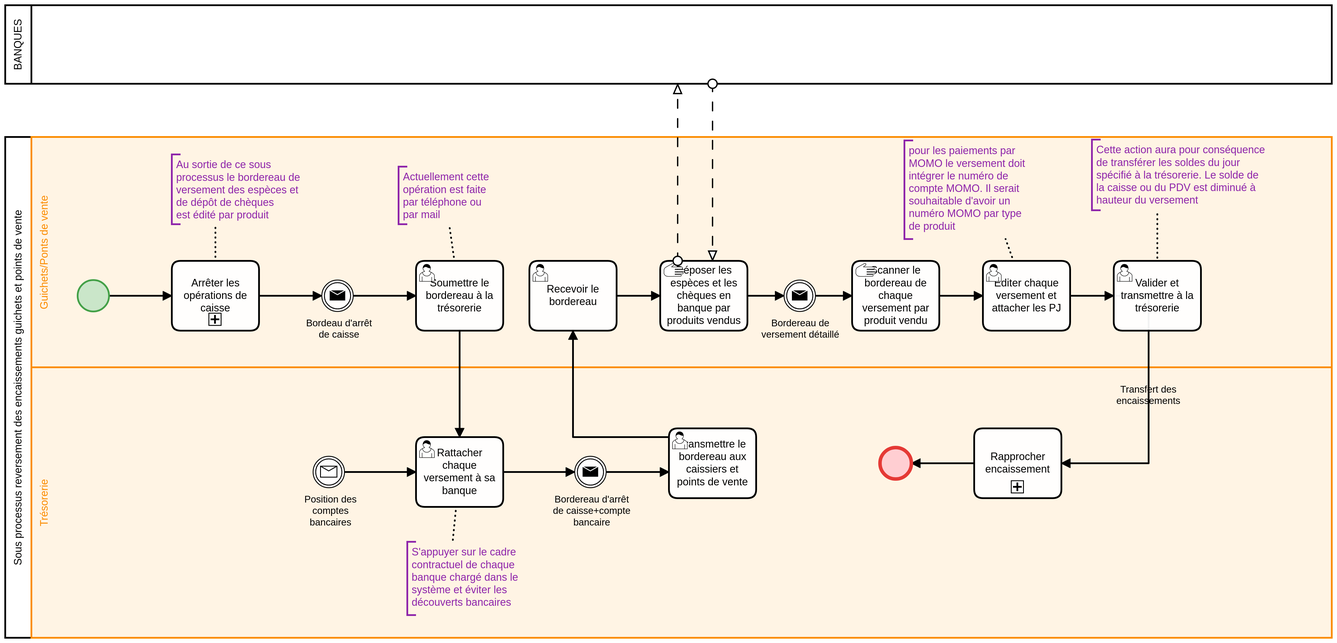
This is Tresorerie/sp_encaissement_vente(TV,JNP-PASS,recharge JNP-PASS).png from consolengnam/JNP-BPMN, a BPMN export, as it was before one commit. Its source is kept beside it as Tresorerie/sp_encaissement_vente(TV,JNP-PASS,recharge JNP-PASS).bpmn. Ids are renumbered.
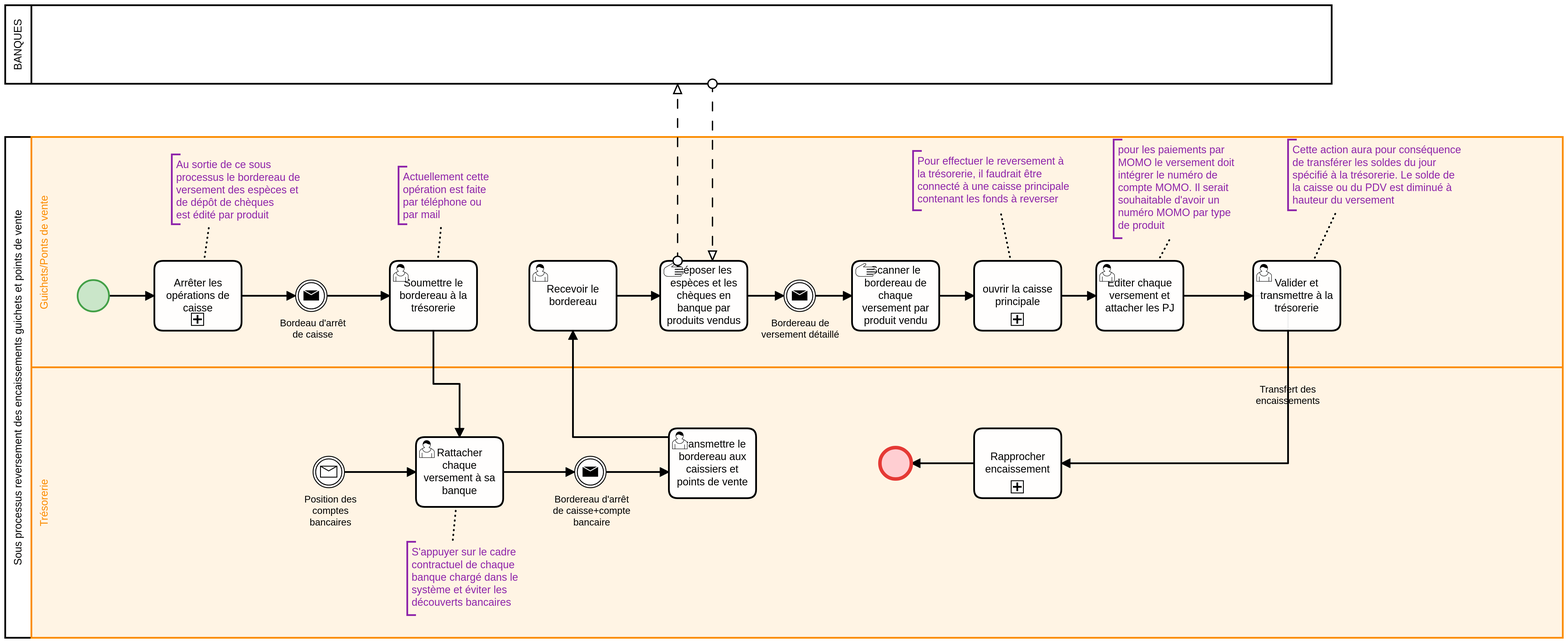
The same file after the commit.

Commit message:
Modification des sous processus de gestion de la caisse

What changed in the source:
```diff
@@ -11,4 +11,2 @@
         <bpmn:flowNodeRef>StartEvent_1</bpmn:flowNodeRef>
-        <bpmn:flowNodeRef>Event_n12</bpmn:flowNodeRef>
-        <bpmn:flowNodeRef>Activity_n13</bpmn:flowNodeRef>
         <bpmn:flowNodeRef>Activity_n14</bpmn:flowNodeRef>
@@ -17,5 +15,8 @@
         <bpmn:flowNodeRef>Activity_n16</bpmn:flowNodeRef>
+        <bpmn:flowNodeRef>Activity_n18</bpmn:flowNodeRef>
         <bpmn:flowNodeRef>Activity_n17</bpmn:flowNodeRef>
-        <bpmn:flowNodeRef>Activity_n18</bpmn:flowNodeRef>
+        <bpmn:flowNodeRef>Event_n12</bpmn:flowNodeRef>
+        <bpmn:flowNodeRef>Activity_n13</bpmn:flowNodeRef>
         <bpmn:flowNodeRef>Activity_n19</bpmn:flowNodeRef>
+        <bpmn:flowNodeRef>Activity_n61</bpmn:flowNodeRef>
       </bpmn:lane>
@@ -33,14 +34,2 @@
     </bpmn:startEvent>
-    <bpmn:intermediateThrowEvent id="Event_n12" name="Bordeau d&#39;arrêt de caisse">
-      <bpmn:extensionElements>
-        <zeebe:taskDefinition type="TD" />
-      </bpmn:extensionElements>
-      <bpmn:incoming>Flow_n28</bpmn:incoming>
-      <bpmn:outgoing>Flow_n29</bpmn:outgoing>
-      <bpmn:messageEventDefinition id="MessageEventDefinition_n30" />
-    </bpmn:intermediateThrowEvent>
-    <bpmn:userTask id="Activity_n13" name="Soumettre le bordereau à la trésorerie">
-      <bpmn:incoming>Flow_n29</bpmn:incoming>
-      <bpmn:outgoing>Flow_n31</bpmn:outgoing>
-    </bpmn:userTask>
     <bpmn:userTask id="Activity_n21" name="Rattacher chaque versement à sa banque">
@@ -84,9 +73,4 @@
       <bpmn:incoming>Flow_n41</bpmn:incoming>
-      <bpmn:outgoing>Flow_n43</bpmn:outgoing>
+      <bpmn:outgoing>Flow_n62</bpmn:outgoing>
     </bpmn:manualTask>
-    <bpmn:userTask id="Activity_n17" name="Editer chaque versement et attacher les PJ">
-      <bpmn:incoming>Flow_n43</bpmn:incoming>
-      <bpmn:outgoing>Flow_n44</bpmn:outgoing>
-      <bpmn:outgoing>Flow_n45</bpmn:outgoing>
-    </bpmn:userTask>
     <bpmn:endEvent id="Event_n25">
@@ -94,9 +78,2 @@
     </bpmn:endEvent>
-    <bpmn:userTask id="Activity_n18" name="Valider et transmettre à la trésorerie">
-      <bpmn:incoming>Flow_n44</bpmn:incoming>
-    </bpmn:userTask>
-    <bpmn:subProcess id="Activity_n19" name="Arrêter les opérations de caisse">
-      <bpmn:incoming>Flow_n27</bpmn:incoming>
-      <bpmn:outgoing>Flow_n28</bpmn:outgoing>
-    </bpmn:subProcess>
     <bpmn:subProcess id="Activity_n26" name="Rapprocher encaissement">
@@ -116,3 +93,2 @@
     <bpmn:sequenceFlow id="Flow_n41" sourceRef="Event_n15" targetRef="Activity_n16" />
-    <bpmn:sequenceFlow id="Flow_n43" sourceRef="Activity_n16" targetRef="Activity_n17" />
     <bpmn:sequenceFlow id="Flow_n45" name="Transfert des encaissements" sourceRef="Activity_n17" targetRef="Activity_n26" />
@@ -120,2 +96,32 @@
     <bpmn:sequenceFlow id="Flow_n44" sourceRef="Activity_n17" targetRef="Activity_n18" />
+    <bpmn:userTask id="Activity_n18" name="Valider et transmettre à la trésorerie">
+      <bpmn:incoming>Flow_n44</bpmn:incoming>
+    </bpmn:userTask>
+    <bpmn:userTask id="Activity_n17" name="Editer chaque versement et attacher les PJ">
+      <bpmn:incoming>Flow_n63</bpmn:incoming>
+      <bpmn:outgoing>Flow_n44</bpmn:outgoing>
+      <bpmn:outgoing>Flow_n45</bpmn:outgoing>
+    </bpmn:userTask>
+    <bpmn:subProcess id="Activity_n19" name="Arrêter les opérations de caisse">
+      <bpmn:incoming>Flow_n27</bpmn:incoming>
+      <bpmn:outgoing>Flow_n28</bpmn:outgoing>
+    </bpmn:subProcess>
+    <bpmn:intermediateThrowEvent id="Event_n12" name="Bordeau d&#39;arrêt de caisse">
+      <bpmn:extensionElements>
+        <zeebe:taskDefinition type="TD" />
+      </bpmn:extensionElements>
+      <bpmn:incoming>Flow_n28</bpmn:incoming>
+      <bpmn:outgoing>Flow_n29</bpmn:outgoing>
+      <bpmn:messageEventDefinition id="MessageEventDefinition_n30" />
+    </bpmn:intermediateThrowEvent>
+    <bpmn:userTask id="Activity_n13" name="Soumettre le bordereau à la trésorerie">
+      <bpmn:incoming>Flow_n29</bpmn:incoming>
+      <bpmn:outgoing>Flow_n31</bpmn:outgoing>
+    </bpmn:userTask>
+    <bpmn:sequenceFlow id="Flow_n62" sourceRef="Activity_n16" targetRef="Activity_n61" />
+    <bpmn:sequenceFlow id="Flow_n63" sourceRef="Activity_n61" targetRef="Activity_n17" />
+    <bpmn:subProcess id="Activity_n61" name="ouvrir la caisse principale">
+      <bpmn:incoming>Flow_n62</bpmn:incoming>
+      <bpmn:outgoing>Flow_n63</bpmn:outgoing>
+    </bpmn:subProcess>
     <bpmn:textAnnotation id="TextAnnotation_n47">
@@ -129,2 +135,3 @@
     </bpmn:textAnnotation>
+    <bpmn:association id="Association_n54" sourceRef="Activity_n21" targetRef="TextAnnotation_n49" />
     <bpmn:textAnnotation id="TextAnnotation_n50">
@@ -132,2 +139,3 @@
     </bpmn:textAnnotation>
+    <bpmn:association id="Association_n55" sourceRef="TextAnnotation_n50" targetRef="Activity_n18" />
     <bpmn:textAnnotation id="TextAnnotation_n51">
@@ -135,7 +143,9 @@
     </bpmn:textAnnotation>
+    <bpmn:association id="Association_n56" sourceRef="Activity_n17" targetRef="TextAnnotation_n51" />
     <bpmn:association id="Association_n52" sourceRef="Activity_n19" targetRef="TextAnnotation_n47" />
     <bpmn:association id="Association_n53" sourceRef="Activity_n13" targetRef="TextAnnotation_n48" />
-    <bpmn:association id="Association_n54" sourceRef="Activity_n21" targetRef="TextAnnotation_n49" />
-    <bpmn:association id="Association_n55" sourceRef="TextAnnotation_n50" targetRef="Activity_n18" />
-    <bpmn:association id="Association_n56" sourceRef="Activity_n17" targetRef="TextAnnotation_n51" />
+    <bpmn:textAnnotation id="TextAnnotation_n64">
+      <bpmn:text>Pour effectuer le reversement à la trésorerie, il faudrait être connecté à une caisse principale contenant les fonds à reverser</bpmn:text>
+    </bpmn:textAnnotation>
+    <bpmn:association id="Association_n65" sourceRef="Activity_n61" targetRef="TextAnnotation_n64" />
   </bpmn:process>
@@ -150,3 +160,7 @@
       <bpmndi:BPMNShape id="Participant_n3_di" bpmnElement="Participant_n3" isHorizontal="true">
-        <dc:Bounds x="199" y="231" width="1521" height="574" />
+        <dc:Bounds x="199" y="231" width="1786" height="574" />
+        <bpmndi:BPMNLabel />
+      </bpmndi:BPMNShape>
+      <bpmndi:BPMNShape id="Lane_n20_di" bpmnElement="Lane_n20" isHorizontal="true" bioc:stroke="#fb8c00" bioc:fill="#ffe0b2" color:background-color="#ffe0b2" color:border-color="#fb8c00">
+        <dc:Bounds x="229" y="495" width="1756" height="310" />
         <bpmndi:BPMNLabel />
@@ -154,19 +168,3 @@
       <bpmndi:BPMNShape id="Lane_n11_di" bpmnElement="Lane_n11" isHorizontal="true" bioc:stroke="#fb8c00" bioc:fill="#ffe0b2" color:background-color="#ffe0b2" color:border-color="#fb8c00">
-        <dc:Bounds x="229" y="231" width="1491" height="264" />
-        <bpmndi:BPMNLabel />
-      </bpmndi:BPMNShape>
-      <bpmndi:BPMNShape id="Lane_n20_di" bpmnElement="Lane_n20" isHorizontal="true" bioc:stroke="#fb8c00" bioc:fill="#ffe0b2" color:background-color="#ffe0b2" color:border-color="#fb8c00">
-        <dc:Bounds x="229" y="495" width="1491" height="310" />
-        <bpmndi:BPMNLabel />
-      </bpmndi:BPMNShape>
-      <bpmndi:BPMNShape id="TextAnnotation_n47_di" bpmnElement="TextAnnotation_n47" bioc:stroke="#8e24aa" bioc:fill="#e1bee7" color:background-color="#e1bee7" color:border-color="#8e24aa">
-        <dc:Bounds x="390" y="251" width="162" height="80" />
-        <bpmndi:BPMNLabel />
-      </bpmndi:BPMNShape>
-      <bpmndi:BPMNShape id="TextAnnotation_n48_di" bpmnElement="TextAnnotation_n48" bioc:stroke="#8e24aa" bioc:fill="#e1bee7" color:background-color="#e1bee7" color:border-color="#8e24aa">
-        <dc:Bounds x="650" y="265" width="110" height="66" />
-        <bpmndi:BPMNLabel />
-      </bpmndi:BPMNShape>
-      <bpmndi:BPMNShape id="TextAnnotation_n49_di" bpmnElement="TextAnnotation_n49" bioc:stroke="#8e24aa" bioc:fill="#e1bee7" color:background-color="#e1bee7" color:border-color="#8e24aa">
-        <dc:Bounds x="660" y="695" width="140" height="84" />
+        <dc:Bounds x="229" y="231" width="1756" height="264" />
         <bpmndi:BPMNLabel />
@@ -174,3 +172,3 @@
       <bpmndi:BPMNShape id="TextAnnotation_n50_di" bpmnElement="TextAnnotation_n50" bioc:stroke="#8e24aa" bioc:fill="#e1bee7" color:background-color="#e1bee7" color:border-color="#8e24aa">
-        <dc:Bounds x="1445" y="234" width="215" height="81" />
+        <dc:Bounds x="1670" y="234" width="215" height="81" />
         <bpmndi:BPMNLabel />
@@ -178,32 +176,37 @@
       <bpmndi:BPMNShape id="TextAnnotation_n51_di" bpmnElement="TextAnnotation_n51" bioc:stroke="#8e24aa" bioc:fill="#e1bee7" color:background-color="#e1bee7" color:border-color="#8e24aa">
-        <dc:Bounds x="1230" y="235" width="150" height="113" />
+        <dc:Bounds x="1470" y="234" width="150" height="113" />
         <bpmndi:BPMNLabel />
       </bpmndi:BPMNShape>
-      <bpmndi:BPMNEdge id="Flow_n27_di" bpmnElement="Flow_n27">
-        <di:waypoint x="318" y="413" />
-        <di:waypoint x="390" y="413" />
+      <bpmndi:BPMNShape id="TextAnnotation_n64_di" bpmnElement="TextAnnotation_n64" bioc:stroke="#8e24aa" bioc:fill="#e1bee7" color:background-color="#e1bee7" color:border-color="#8e24aa">
+        <dc:Bounds x="1240" y="247" width="190" height="68" />
+        <bpmndi:BPMNLabel />
+      </bpmndi:BPMNShape>
+      <bpmndi:BPMNEdge id="Flow_n44_di" bpmnElement="Flow_n44">
+        <di:waypoint x="1550" y="413" />
+        <di:waypoint x="1630" y="413" />
       </bpmndi:BPMNEdge>
-      <bpmndi:BPMNEdge id="Flow_n28_di" bpmnElement="Flow_n28">
-        <di:waypoint x="490" y="413" />
-        <di:waypoint x="562" y="413" />
+      <bpmndi:BPMNEdge id="Flow_n46_di" bpmnElement="Flow_n46">
+        <di:waypoint x="1310" y="605" />
+        <di:waypoint x="1238" y="605" />
       </bpmndi:BPMNEdge>
-      <bpmndi:BPMNEdge id="Flow_n29_di" bpmnElement="Flow_n29">
-        <di:waypoint x="598" y="413" />
-        <di:waypoint x="670" y="413" />
+      <bpmndi:BPMNEdge id="Flow_n45_di" bpmnElement="Flow_n45">
+        <di:waypoint x="1550" y="413" />
+        <di:waypoint x="1670" y="413" />
+        <di:waypoint x="1670" y="605" />
+        <di:waypoint x="1410" y="605" />
+        <bpmndi:BPMNLabel>
+          <dc:Bounds x="1633" y="514" width="74" height="27" />
+        </bpmndi:BPMNLabel>
       </bpmndi:BPMNEdge>
-      <bpmndi:BPMNEdge id="Flow_n31_di" bpmnElement="Flow_n31">
-        <di:waypoint x="720" y="453" />
-        <di:waypoint x="720" y="575" />
+      <bpmndi:BPMNEdge id="Flow_n41_di" bpmnElement="Flow_n41">
+        <di:waypoint x="1128" y="413" />
+        <di:waypoint x="1170" y="413" />
       </bpmndi:BPMNEdge>
-      <bpmndi:BPMNEdge id="Flow_n32_di" bpmnElement="Flow_n32">
-        <di:waypoint x="588" y="615" />
-        <di:waypoint x="670" y="615" />
+      <bpmndi:BPMNEdge id="Flow_n40_di" bpmnElement="Flow_n40">
+        <di:waypoint x="1050" y="413" />
+        <di:waypoint x="1092" y="413" />
       </bpmndi:BPMNEdge>
-      <bpmndi:BPMNEdge id="Flow_n33_di" bpmnElement="Flow_n33">
-        <di:waypoint x="770" y="615" />
-        <di:waypoint x="852" y="615" />
-      </bpmndi:BPMNEdge>
-      <bpmndi:BPMNEdge id="Flow_n36_di" bpmnElement="Flow_n36">
-        <di:waypoint x="888" y="615" />
-        <di:waypoint x="960" y="615" />
+      <bpmndi:BPMNEdge id="Flow_n39_di" bpmnElement="Flow_n39">
+        <di:waypoint x="900" y="413" />
+        <di:waypoint x="950" y="413" />
       </bpmndi:BPMNEdge>
@@ -214,34 +217,39 @@
       </bpmndi:BPMNEdge>
-      <bpmndi:BPMNEdge id="Flow_n39_di" bpmnElement="Flow_n39">
-        <di:waypoint x="900" y="413" />
-        <di:waypoint x="950" y="413" />
+      <bpmndi:BPMNEdge id="Flow_n36_di" bpmnElement="Flow_n36">
+        <di:waypoint x="888" y="615" />
+        <di:waypoint x="960" y="615" />
       </bpmndi:BPMNEdge>
-      <bpmndi:BPMNEdge id="Flow_n40_di" bpmnElement="Flow_n40">
-        <di:waypoint x="1050" y="413" />
-        <di:waypoint x="1092" y="413" />
+      <bpmndi:BPMNEdge id="Flow_n33_di" bpmnElement="Flow_n33">
+        <di:waypoint x="770" y="615" />
+        <di:waypoint x="852" y="615" />
       </bpmndi:BPMNEdge>
-      <bpmndi:BPMNEdge id="Flow_n41_di" bpmnElement="Flow_n41">
-        <di:waypoint x="1128" y="413" />
-        <di:waypoint x="1170" y="413" />
+      <bpmndi:BPMNEdge id="Flow_n32_di" bpmnElement="Flow_n32">
+        <di:waypoint x="588" y="615" />
+        <di:waypoint x="670" y="615" />
       </bpmndi:BPMNEdge>
-      <bpmndi:BPMNEdge id="Flow_n43_di" bpmnElement="Flow_n43">
+      <bpmndi:BPMNEdge id="Flow_n31_di" bpmnElement="Flow_n31">
+        <di:waypoint x="690" y="453" />
+        <di:waypoint x="690" y="514" />
+        <di:waypoint x="720" y="514" />
+        <di:waypoint x="720" y="575" />
+      </bpmndi:BPMNEdge>
+      <bpmndi:BPMNEdge id="Flow_n29_di" bpmnElement="Flow_n29">
+        <di:waypoint x="568" y="413" />
+        <di:waypoint x="640" y="413" />
+      </bpmndi:BPMNEdge>
+      <bpmndi:BPMNEdge id="Flow_n28_di" bpmnElement="Flow_n28">
+        <di:waypoint x="470" y="413" />
+        <di:waypoint x="532" y="413" />
+      </bpmndi:BPMNEdge>
+      <bpmndi:BPMNEdge id="Flow_n27_di" bpmnElement="Flow_n27">
+        <di:waypoint x="318" y="413" />
+        <di:waypoint x="370" y="413" />
+      </bpmndi:BPMNEdge>
+      <bpmndi:BPMNEdge id="Flow_n62_di" bpmnElement="Flow_n62">
         <di:waypoint x="1270" y="413" />
-        <di:waypoint x="1320" y="413" />
+        <di:waypoint x="1310" y="413" />
       </bpmndi:BPMNEdge>
-      <bpmndi:BPMNEdge id="Flow_n45_di" bpmnElement="Flow_n45">
-        <di:waypoint x="1420" y="413" />
-        <di:waypoint x="1510" y="413" />
-        <di:waypoint x="1510" y="605" />
-        <di:waypoint x="1410" y="605" />
-        <bpmndi:BPMNLabel>
-          <dc:Bounds x="1473" y="514" width="74" height="27" />
-        </bpmndi:BPMNLabel>
-      </bpmndi:BPMNEdge>
-      <bpmndi:BPMNEdge id="Flow_n46_di" bpmnElement="Flow_n46">
-        <di:waypoint x="1310" y="605" />
-        <di:waypoint x="1238" y="605" />
-      </bpmndi:BPMNEdge>
-      <bpmndi:BPMNEdge id="Flow_n44_di" bpmnElement="Flow_n44">
-        <di:waypoint x="1420" y="413" />
-        <di:waypoint x="1470" y="413" />
+      <bpmndi:BPMNEdge id="Flow_n63_di" bpmnElement="Flow_n63">
+        <di:waypoint x="1410" y="413" />
+        <di:waypoint x="1450" y="413" />
       </bpmndi:BPMNEdge>
@@ -249,12 +257,2 @@
         <dc:Bounds x="282" y="395" width="36" height="36" />
-      </bpmndi:BPMNShape>
-      <bpmndi:BPMNShape id="Event_1hy3ume_di" bpmnElement="Event_n12">
-        <dc:Bounds x="562" y="395" width="36" height="36" />
-        <bpmndi:BPMNLabel>
-          <dc:Bounds x="544" y="438" width="76" height="27" />
-        </bpmndi:BPMNLabel>
-      </bpmndi:BPMNShape>
-      <bpmndi:BPMNShape id="Activity_1b5a8xb_di" bpmnElement="Activity_n13">
-        <dc:Bounds x="670" y="373" width="100" height="80" />
-        <bpmndi:BPMNLabel />
       </bpmndi:BPMNShape>
@@ -297,6 +295,2 @@
       </bpmndi:BPMNShape>
-      <bpmndi:BPMNShape id="Activity_0ujfqdk_di" bpmnElement="Activity_n17">
-        <dc:Bounds x="1320" y="373" width="100" height="80" />
-        <bpmndi:BPMNLabel />
-      </bpmndi:BPMNShape>
       <bpmndi:BPMNShape id="Event_n25_di" bpmnElement="Event_n25" bioc:stroke="#e53935" bioc:fill="#ffcdd2" color:background-color="#ffcdd2" color:border-color="#e53935">
@@ -305,6 +299,16 @@
       <bpmndi:BPMNShape id="Activity_0iqfji5_di" bpmnElement="Activity_n18">
-        <dc:Bounds x="1470" y="373" width="100" height="80" />
+        <dc:Bounds x="1630" y="373" width="100" height="80" />
       </bpmndi:BPMNShape>
-      <bpmndi:BPMNShape id="Activity_1cc2x5j_di" bpmnElement="Activity_n19">
-        <dc:Bounds x="390" y="373" width="100" height="80" />
+      <bpmndi:BPMNShape id="Activity_0ujfqdk_di" bpmnElement="Activity_n17">
+        <dc:Bounds x="1450" y="373" width="100" height="80" />
+        <bpmndi:BPMNLabel />
+      </bpmndi:BPMNShape>
+      <bpmndi:BPMNShape id="Event_1hy3ume_di" bpmnElement="Event_n12">
+        <dc:Bounds x="532" y="395" width="36" height="36" />
+        <bpmndi:BPMNLabel>
+          <dc:Bounds x="514" y="438" width="76" height="27" />
+        </bpmndi:BPMNLabel>
+      </bpmndi:BPMNShape>
+      <bpmndi:BPMNShape id="Activity_1b5a8xb_di" bpmnElement="Activity_n13">
+        <dc:Bounds x="640" y="373" width="100" height="80" />
         <bpmndi:BPMNLabel />
@@ -315,10 +319,14 @@
       </bpmndi:BPMNShape>
-      <bpmndi:BPMNEdge id="Association_n52_di" bpmnElement="Association_n52">
-        <di:waypoint x="440" y="373" />
-        <di:waypoint x="440" y="331" />
-      </bpmndi:BPMNEdge>
-      <bpmndi:BPMNEdge id="Association_n53_di" bpmnElement="Association_n53">
-        <di:waypoint x="714" y="373" />
-        <di:waypoint x="708" y="331" />
-      </bpmndi:BPMNEdge>
+      <bpmndi:BPMNShape id="TextAnnotation_n47_di" bpmnElement="TextAnnotation_n47" bioc:stroke="#8e24aa" bioc:fill="#e1bee7" color:background-color="#e1bee7" color:border-color="#8e24aa">
+        <dc:Bounds x="390" y="251" width="162" height="80" />
+        <bpmndi:BPMNLabel />
+      </bpmndi:BPMNShape>
+      <bpmndi:BPMNShape id="TextAnnotation_n48_di" bpmnElement="TextAnnotation_n48" bioc:stroke="#8e24aa" bioc:fill="#e1bee7" color:background-color="#e1bee7" color:border-color="#8e24aa">
+        <dc:Bounds x="650" y="265" width="110" height="66" />
+        <bpmndi:BPMNLabel />
+      </bpmndi:BPMNShape>
+      <bpmndi:BPMNShape id="TextAnnotation_n49_di" bpmnElement="TextAnnotation_n49" bioc:stroke="#8e24aa" bioc:fill="#e1bee7" color:background-color="#e1bee7" color:border-color="#8e24aa">
+        <dc:Bounds x="660" y="695" width="140" height="84" />
+        <bpmndi:BPMNLabel />
+      </bpmndi:BPMNShape>
       <bpmndi:BPMNEdge id="Association_n54_di" bpmnElement="Association_n54">
@@ -328,8 +336,27 @@
       <bpmndi:BPMNEdge id="Association_n55_di" bpmnElement="Association_n55">
-        <di:waypoint x="1520" y="315" />
-        <di:waypoint x="1520" y="373" />
+        <di:waypoint x="1726" y="315" />
+        <di:waypoint x="1699" y="373" />
       </bpmndi:BPMNEdge>
       <bpmndi:BPMNEdge id="Association_n56_di" bpmnElement="Association_n56">
-        <di:waypoint x="1355" y="373" />
-        <di:waypoint x="1346" y="348" />
+        <di:waypoint x="1521" y="373" />
+        <di:waypoint x="1535" y="347" />
+      </bpmndi:BPMNEdge>
+      <bpmndi:BPMNShape id="Activity_1cc2x5j_di" bpmnElement="Activity_n19">
+        <dc:Bounds x="370" y="373" width="100" height="80" />
+        <bpmndi:BPMNLabel />
+      </bpmndi:BPMNShape>
+      <bpmndi:BPMNEdge id="Association_n52_di" bpmnElement="Association_n52">
+        <di:waypoint x="427" y="373" />
+        <di:waypoint x="433" y="331" />
+      </bpmndi:BPMNEdge>
+      <bpmndi:BPMNEdge id="Association_n53_di" bpmnElement="Association_n53">
+        <di:waypoint x="695" y="373" />
+        <di:waypoint x="699" y="331" />
+      </bpmndi:BPMNEdge>
+      <bpmndi:BPMNShape id="Activity_1mq79ty_di" bpmnElement="Activity_n61">
+        <dc:Bounds x="1310" y="373" width="100" height="80" />
+      </bpmndi:BPMNShape>
+      <bpmndi:BPMNEdge id="Association_n65_di" bpmnElement="Association_n65">
+        <di:waypoint x="1352" y="373" />
+        <di:waypoint x="1340" y="315" />
       </bpmndi:BPMNEdge>
@@ -339,2 +366,6 @@
       </bpmndi:BPMNShape>
+      <bpmndi:BPMNEdge id="Flow_n7_di" bpmnElement="Flow_n7">
+        <di:waypoint x="970" y="373" />
+        <di:waypoint x="970" y="170" />
+      </bpmndi:BPMNEdge>
       <bpmndi:BPMNEdge id="Flow_n9_di" bpmnElement="Flow_n9">
@@ -342,6 +373,2 @@
         <di:waypoint x="1010" y="373" />
-      </bpmndi:BPMNEdge>
-      <bpmndi:BPMNEdge id="Flow_n7_di" bpmnElement="Flow_n7">
-        <di:waypoint x="970" y="373" />
-        <di:waypoint x="970" y="170" />
       </bpmndi:BPMNEdge>
@@ -355,2 +382,5 @@
   </bpmndi:BPMNDiagram>
+  <bpmndi:BPMNDiagram id="BPMNDiagram_n66">
+    <bpmndi:BPMNPlane id="BPMNPlane_n67" bpmnElement="Activity_n61" />
+  </bpmndi:BPMNDiagram>
 </bpmn:definitions>
```
